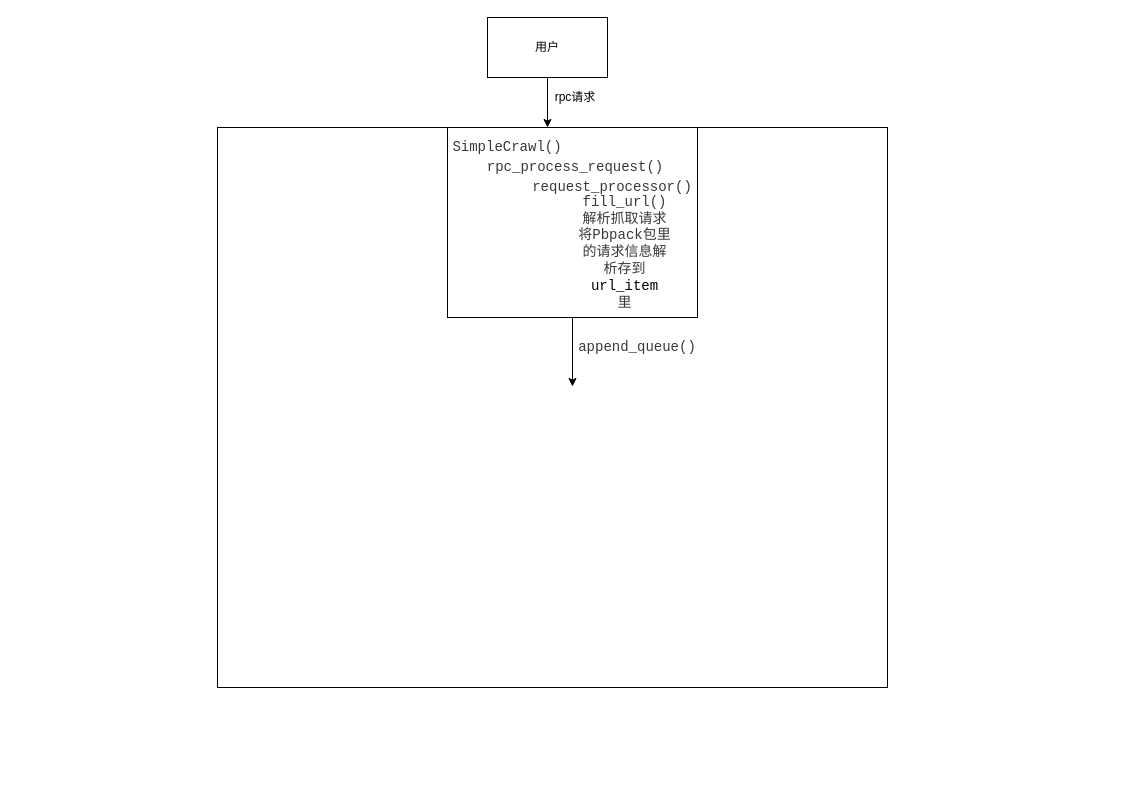
Earlier version of the draw.io diagram Untitled Diagram.drawio (MekakuCityActors/anime-pictures). Source tidied: cells renumbered, new cells numbered last; positions are measured from the earlier drawing's top-left corner, leaving out a move shared by most shapes. Both pictures are drawn from the tidied source at 100%, with x=0, y=0 at pixel (217, 17).
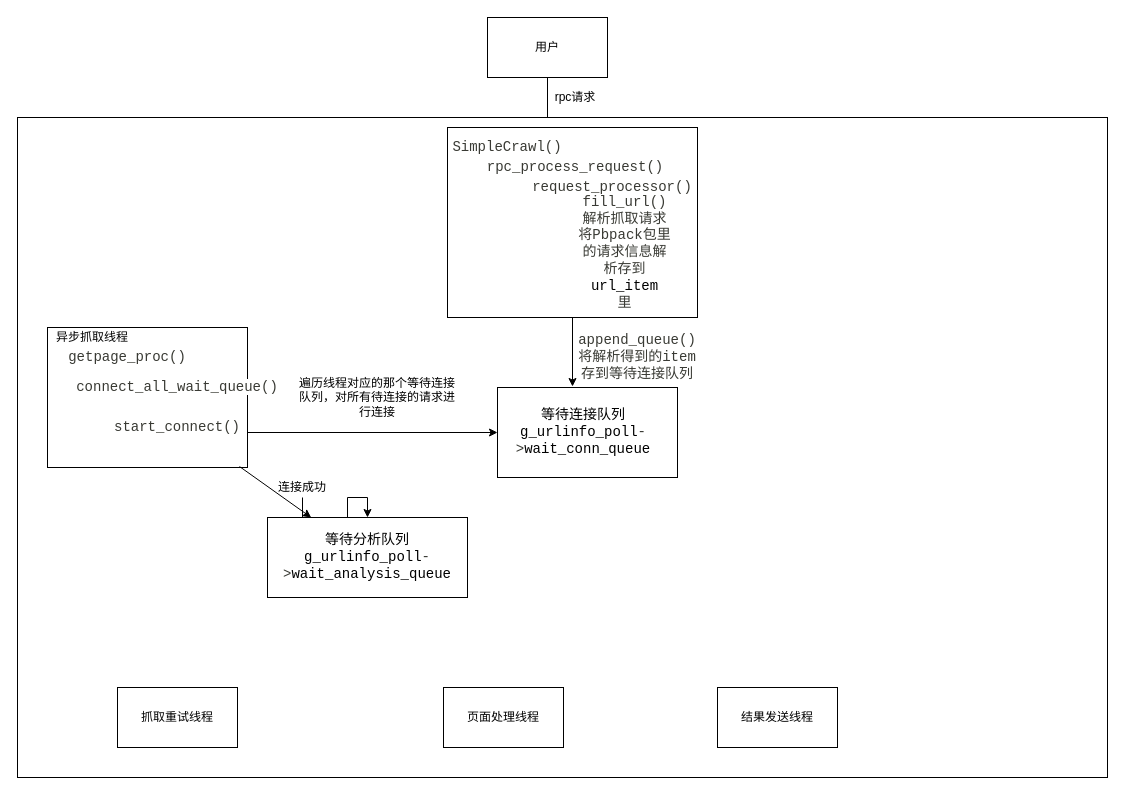
Above is the later version.

Diff of the diagram source:
```diff
@@
     <mxCell id="5" style="rounded=0;whiteSpace=wrap;html=1;" parent="1" vertex="1">
-      <mxGeometry y="110" width="670" height="560" as="geometry" />
+      <mxGeometry x="-200" y="100" width="1090" height="660" as="geometry" />
     </mxCell>
@@
-    <mxCell id="13" value="&lt;span class=&quot;token function&quot; style=&quot;box-sizing: border-box ; margin: 0px ; padding: 0px ; border: 0px ; font-stretch: inherit ; font-size: 14px ; line-height: inherit ; font-family: &amp;#34;consolas&amp;#34; , &amp;#34;menlo&amp;#34; , &amp;#34;courier&amp;#34; , monospace ; color: rgb(57 , 58 , 52) ; background-color: rgb(255 , 255 , 255)&quot;&gt;append_queue()&lt;/span&gt;" style="text;html=1;strokeColor=none;fillColor=none;align=center;verticalAlign=middle;whiteSpace=wrap;rounded=0;" parent="1" vertex="1">
-      <mxGeometry x="400" y="320" width="40" height="20" as="geometry" />
+    <mxCell id="13" value="&lt;span class=&quot;token function&quot; style=&quot;box-sizing: border-box ; margin: 0px ; padding: 0px ; border: 0px ; font-stretch: inherit ; font-size: 14px ; line-height: inherit ; font-family: &amp;#34;consolas&amp;#34; , &amp;#34;menlo&amp;#34; , &amp;#34;courier&amp;#34; , monospace ; color: rgb(57 , 58 , 52) ; background-color: rgb(255 , 255 , 255)&quot;&gt;append_queue()将解析得到的item存到等待连接队列&lt;/span&gt;" style="text;html=1;strokeColor=none;fillColor=none;align=center;verticalAlign=middle;whiteSpace=wrap;rounded=0;" parent="1" vertex="1">
+      <mxGeometry x="400" y="330" width="40" height="20" as="geometry" />
     </mxCell>
+    <mxCell id="14" style="rounded=0;whiteSpace=wrap;html=1;" parent="1" vertex="1">
+      <mxGeometry x="280" y="370" width="180" height="90" as="geometry" />
+    </mxCell>
+    <mxCell id="15" value="&lt;span style=&quot;font-family: &amp;#34;consolas&amp;#34; , &amp;#34;menlo&amp;#34; , &amp;#34;courier&amp;#34; , monospace ; font-size: 14px ; background-color: rgb(255 , 255 , 255)&quot;&gt;等待连接队列g_urlinfo_poll&lt;/span&gt;&lt;span class=&quot;token operator&quot; style=&quot;box-sizing: border-box ; margin: 0px ; padding: 0px ; border: 0px ; font-stretch: inherit ; font-size: 14px ; line-height: inherit ; font-family: &amp;#34;consolas&amp;#34; , &amp;#34;menlo&amp;#34; , &amp;#34;courier&amp;#34; , monospace ; color: rgb(57 , 58 , 52) ; background-color: rgb(255 , 255 , 255)&quot;&gt;-&amp;gt;&lt;/span&gt;&lt;span style=&quot;font-family: &amp;#34;consolas&amp;#34; , &amp;#34;menlo&amp;#34; , &amp;#34;courier&amp;#34; , monospace ; font-size: 14px ; background-color: rgb(255 , 255 , 255)&quot;&gt;wait_conn_queue&lt;br&gt;&lt;/span&gt;" style="text;html=1;strokeColor=none;fillColor=none;align=center;verticalAlign=middle;whiteSpace=wrap;rounded=0;" parent="1" vertex="1">
+      <mxGeometry x="346" y="405" width="40" height="20" as="geometry" />
+    </mxCell>
+    <mxCell id="16" style="rounded=0;whiteSpace=wrap;html=1;" parent="1" vertex="1">
+      <mxGeometry x="-170" y="310" width="200" height="140" as="geometry" />
+    </mxCell>
+    <mxCell id="17" value="抓取重试线程" style="rounded=0;whiteSpace=wrap;html=1;" parent="1" vertex="1">
+      <mxGeometry x="-100" y="670" width="120" height="60" as="geometry" />
+    </mxCell>
+    <mxCell id="18" value="页面处理线程" style="rounded=0;whiteSpace=wrap;html=1;" parent="1" vertex="1">
+      <mxGeometry x="226" y="670" width="120" height="60" as="geometry" />
+    </mxCell>
+    <mxCell id="19" value="结果发送线程" style="rounded=0;whiteSpace=wrap;html=1;" parent="1" vertex="1">
+      <mxGeometry x="500" y="670" width="120" height="60" as="geometry" />
+    </mxCell>
+    <mxCell id="20" value="异步抓取线程" style="text;html=1;strokeColor=none;fillColor=none;align=center;verticalAlign=middle;whiteSpace=wrap;rounded=0;" parent="1" vertex="1">
+      <mxGeometry x="-170" y="310" width="90" height="20" as="geometry" />
+    </mxCell>
+    <mxCell id="21" value="&lt;span style=&quot;color: rgb(57 , 58 , 52) ; font-family: &amp;#34;consolas&amp;#34; , &amp;#34;menlo&amp;#34; , &amp;#34;courier&amp;#34; , monospace ; font-size: 14px ; background-color: rgb(255 , 255 , 255)&quot;&gt;getpage_proc()&lt;/span&gt;" style="text;html=1;strokeColor=none;fillColor=none;align=center;verticalAlign=middle;whiteSpace=wrap;rounded=0;" parent="1" vertex="1">
+      <mxGeometry x="-110" y="330" width="40" height="20" as="geometry" />
+    </mxCell>
+    <mxCell id="22" value="&lt;span style=&quot;color: rgb(57 , 58 , 52) ; font-family: &amp;#34;consolas&amp;#34; , &amp;#34;menlo&amp;#34; , &amp;#34;courier&amp;#34; , monospace ; font-size: 14px ; background-color: rgb(255 , 255 , 255)&quot;&gt;connect_all_wait_queue()&lt;/span&gt;" style="text;html=1;strokeColor=none;fillColor=none;align=center;verticalAlign=middle;whiteSpace=wrap;rounded=0;" parent="1" vertex="1">
+      <mxGeometry x="-60" y="360" width="40" height="20" as="geometry" />
+    </mxCell>
+    <mxCell id="23" style="endArrow=classic;html=1;exitX=1;exitY=0.75;exitDx=0;exitDy=0;entryX=0;entryY=0.5;entryDx=0;entryDy=0;" parent="1" edge="1" source="16" target="14">
+      <mxGeometry relative="1" as="geometry" />
+    </mxCell>
+    <mxCell id="24" value="遍历线程对应的那个等待连接队列，对所有待连接的请求进行连接" style="text;html=1;strokeColor=none;fillColor=none;align=center;verticalAlign=middle;whiteSpace=wrap;rounded=0;" parent="1" vertex="1">
+      <mxGeometry x="80" y="370" width="160" height="20" as="geometry" />
+    </mxCell>
+    <mxCell id="25" value="&lt;span style=&quot;color: rgb(57 , 58 , 52) ; font-family: &amp;#34;consolas&amp;#34; , &amp;#34;menlo&amp;#34; , &amp;#34;courier&amp;#34; , monospace ; font-size: 14px ; background-color: rgb(255 , 255 , 255)&quot;&gt;start_connect()&lt;/span&gt;" style="text;html=1;strokeColor=none;fillColor=none;align=center;verticalAlign=middle;whiteSpace=wrap;rounded=0;" parent="1" vertex="1">
+      <mxGeometry x="-60" y="400" width="40" height="20" as="geometry" />
+    </mxCell>
+    <mxCell id="26" value="&lt;span style=&quot;font-family: &amp;#34;consolas&amp;#34; , &amp;#34;menlo&amp;#34; , &amp;#34;courier&amp;#34; , monospace ; font-size: 14px ; background-color: rgb(255 , 255 , 255)&quot;&gt;等待分析队列g_urlinfo_poll&lt;/span&gt;&lt;span class=&quot;token operator&quot; style=&quot;box-sizing: border-box ; margin: 0px ; padding: 0px ; border: 0px ; font-stretch: inherit ; font-size: 14px ; line-height: inherit ; font-family: &amp;#34;consolas&amp;#34; , &amp;#34;menlo&amp;#34; , &amp;#34;courier&amp;#34; , monospace ; color: rgb(57 , 58 , 52) ; background-color: rgb(255 , 255 , 255)&quot;&gt;-&amp;gt;&lt;/span&gt;&lt;span style=&quot;font-family: &amp;#34;consolas&amp;#34; , &amp;#34;menlo&amp;#34; , &amp;#34;courier&amp;#34; , monospace ; font-size: 14px ; background-color: rgb(255 , 255 , 255)&quot;&gt;wait_analysis_queue&lt;/span&gt;" style="rounded=0;whiteSpace=wrap;html=1;" parent="1" vertex="1">
+      <mxGeometry x="50" y="500" width="200" height="80" as="geometry" />
+    </mxCell>
+    <mxCell id="27" style="endArrow=classic;html=1;exitX=0.96;exitY=0.993;exitDx=0;exitDy=0;exitPerimeter=0;" parent="1" edge="1" source="16" target="26">
+      <mxGeometry relative="1" as="geometry" />
+    </mxCell>
+    <mxCell id="28" style="edgeStyle=orthogonalEdgeStyle;rounded=0;jettySize=auto;html=1;" parent="1" edge="1" source="29" target="26">
+      <mxGeometry relative="1" as="geometry" />
+    </mxCell>
+    <mxCell id="29" value="连接成功" style="text;html=1;strokeColor=none;fillColor=none;align=center;verticalAlign=middle;whiteSpace=wrap;rounded=0;" parent="1" vertex="1">
+      <mxGeometry x="60" y="460" width="50" height="20" as="geometry" />
+    </mxCell>
```
